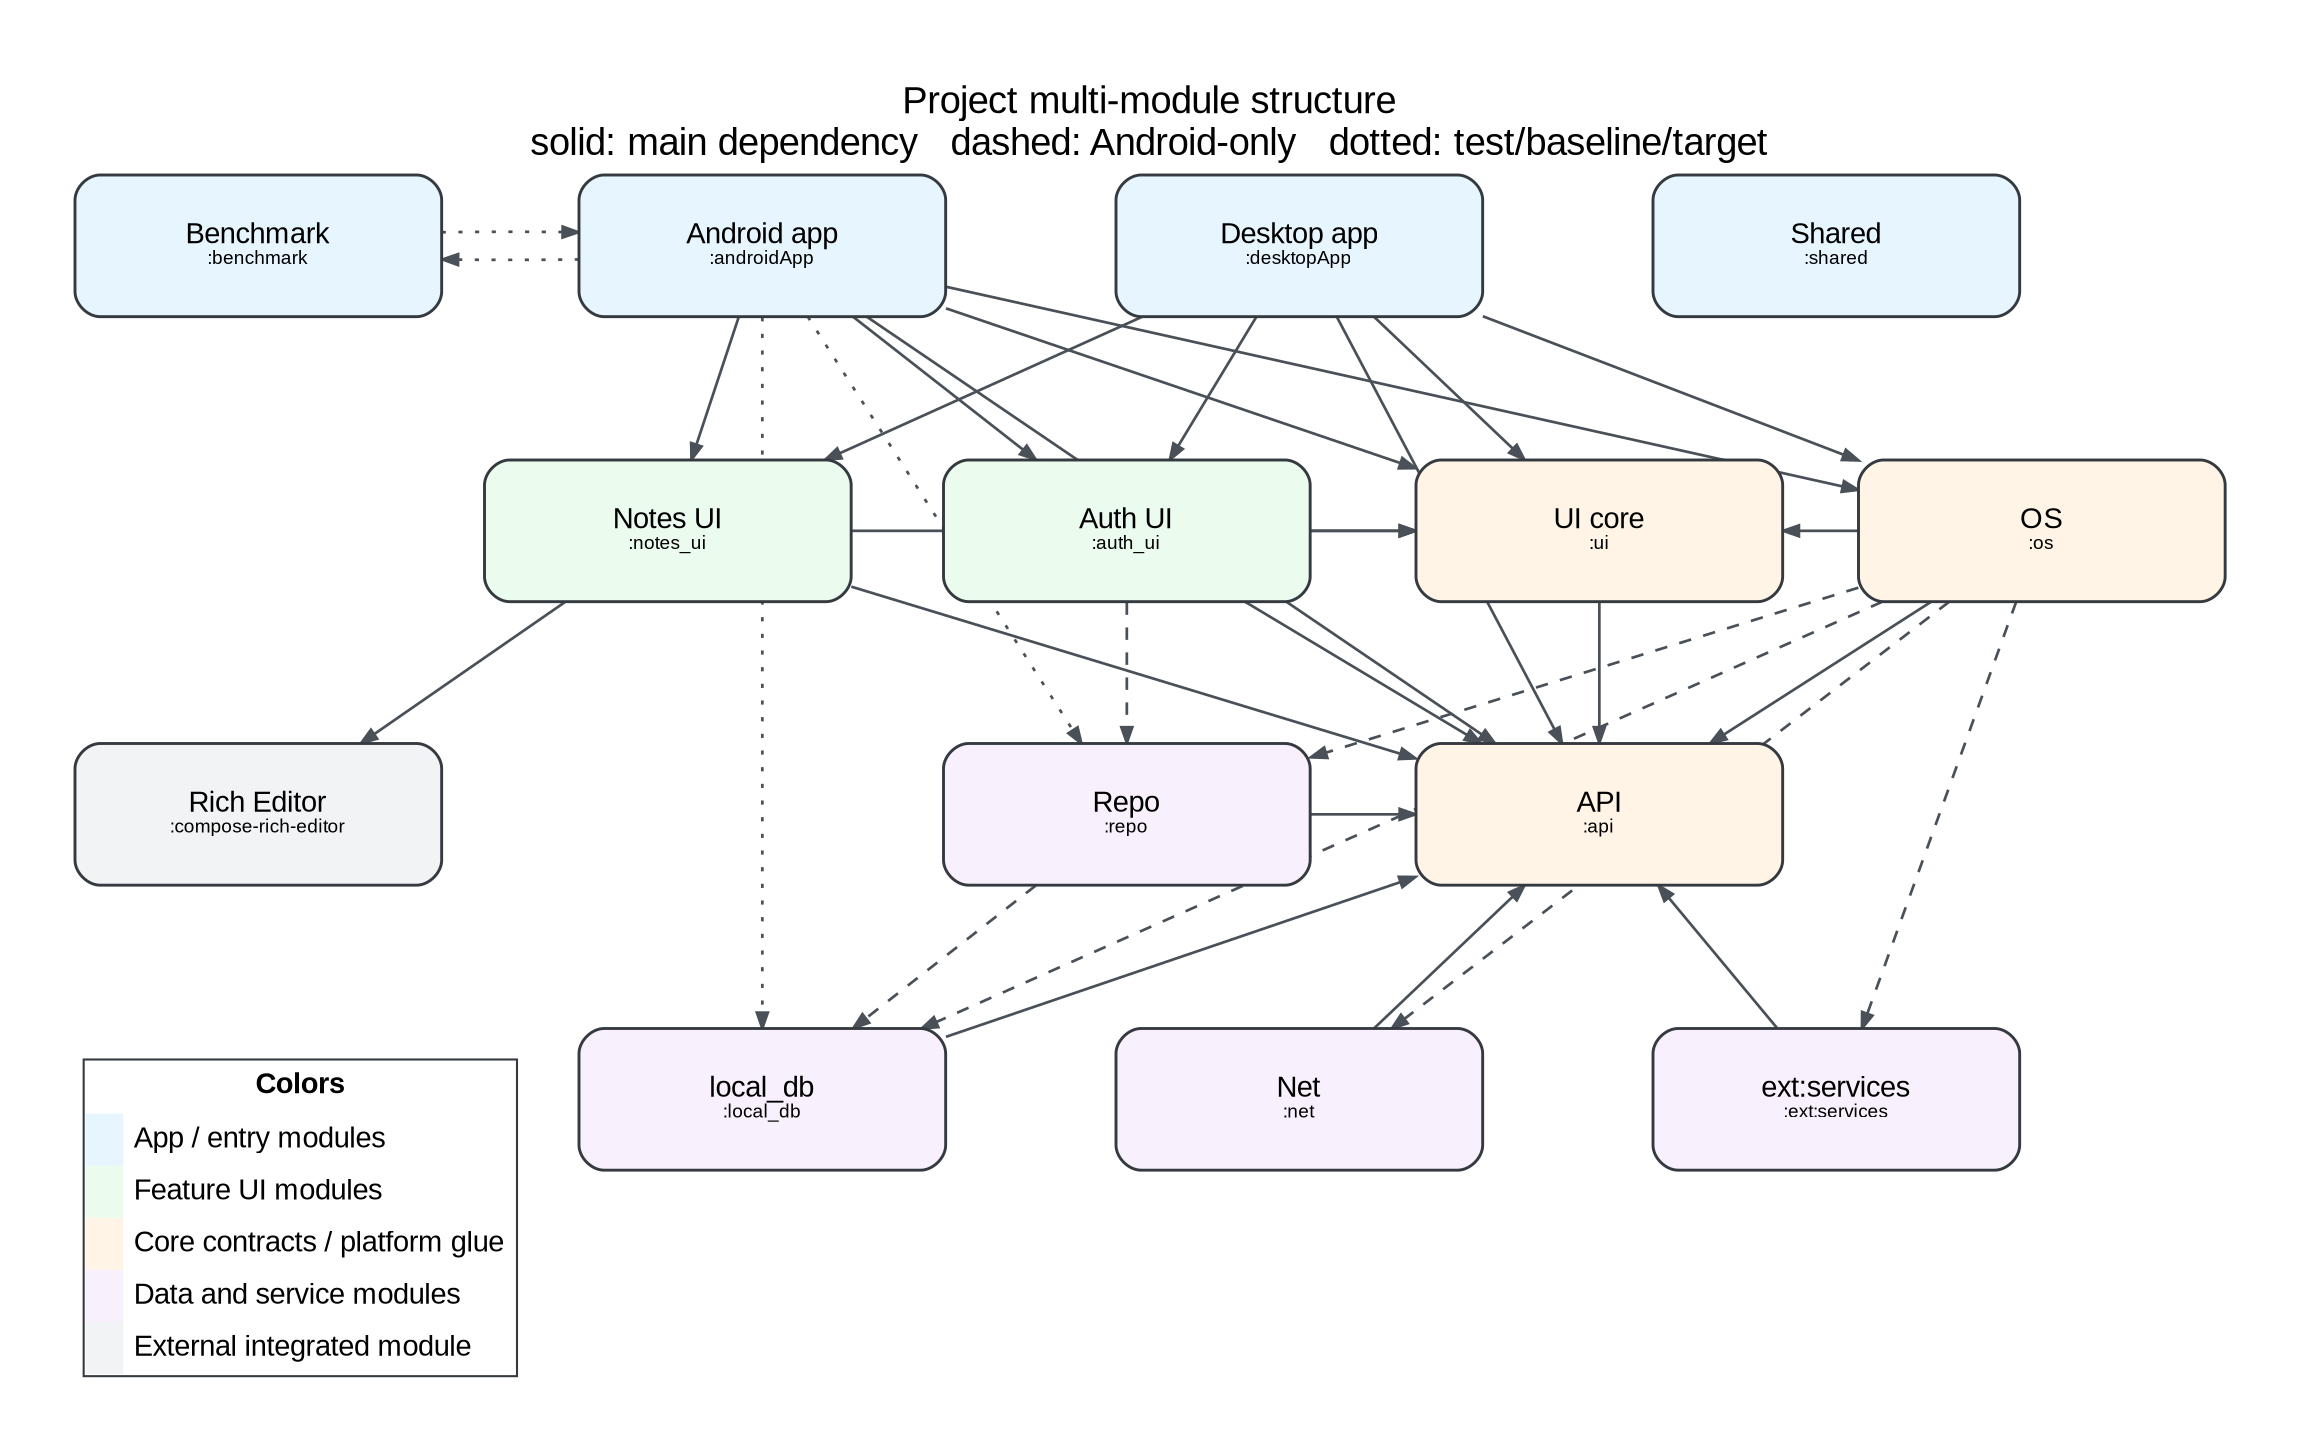
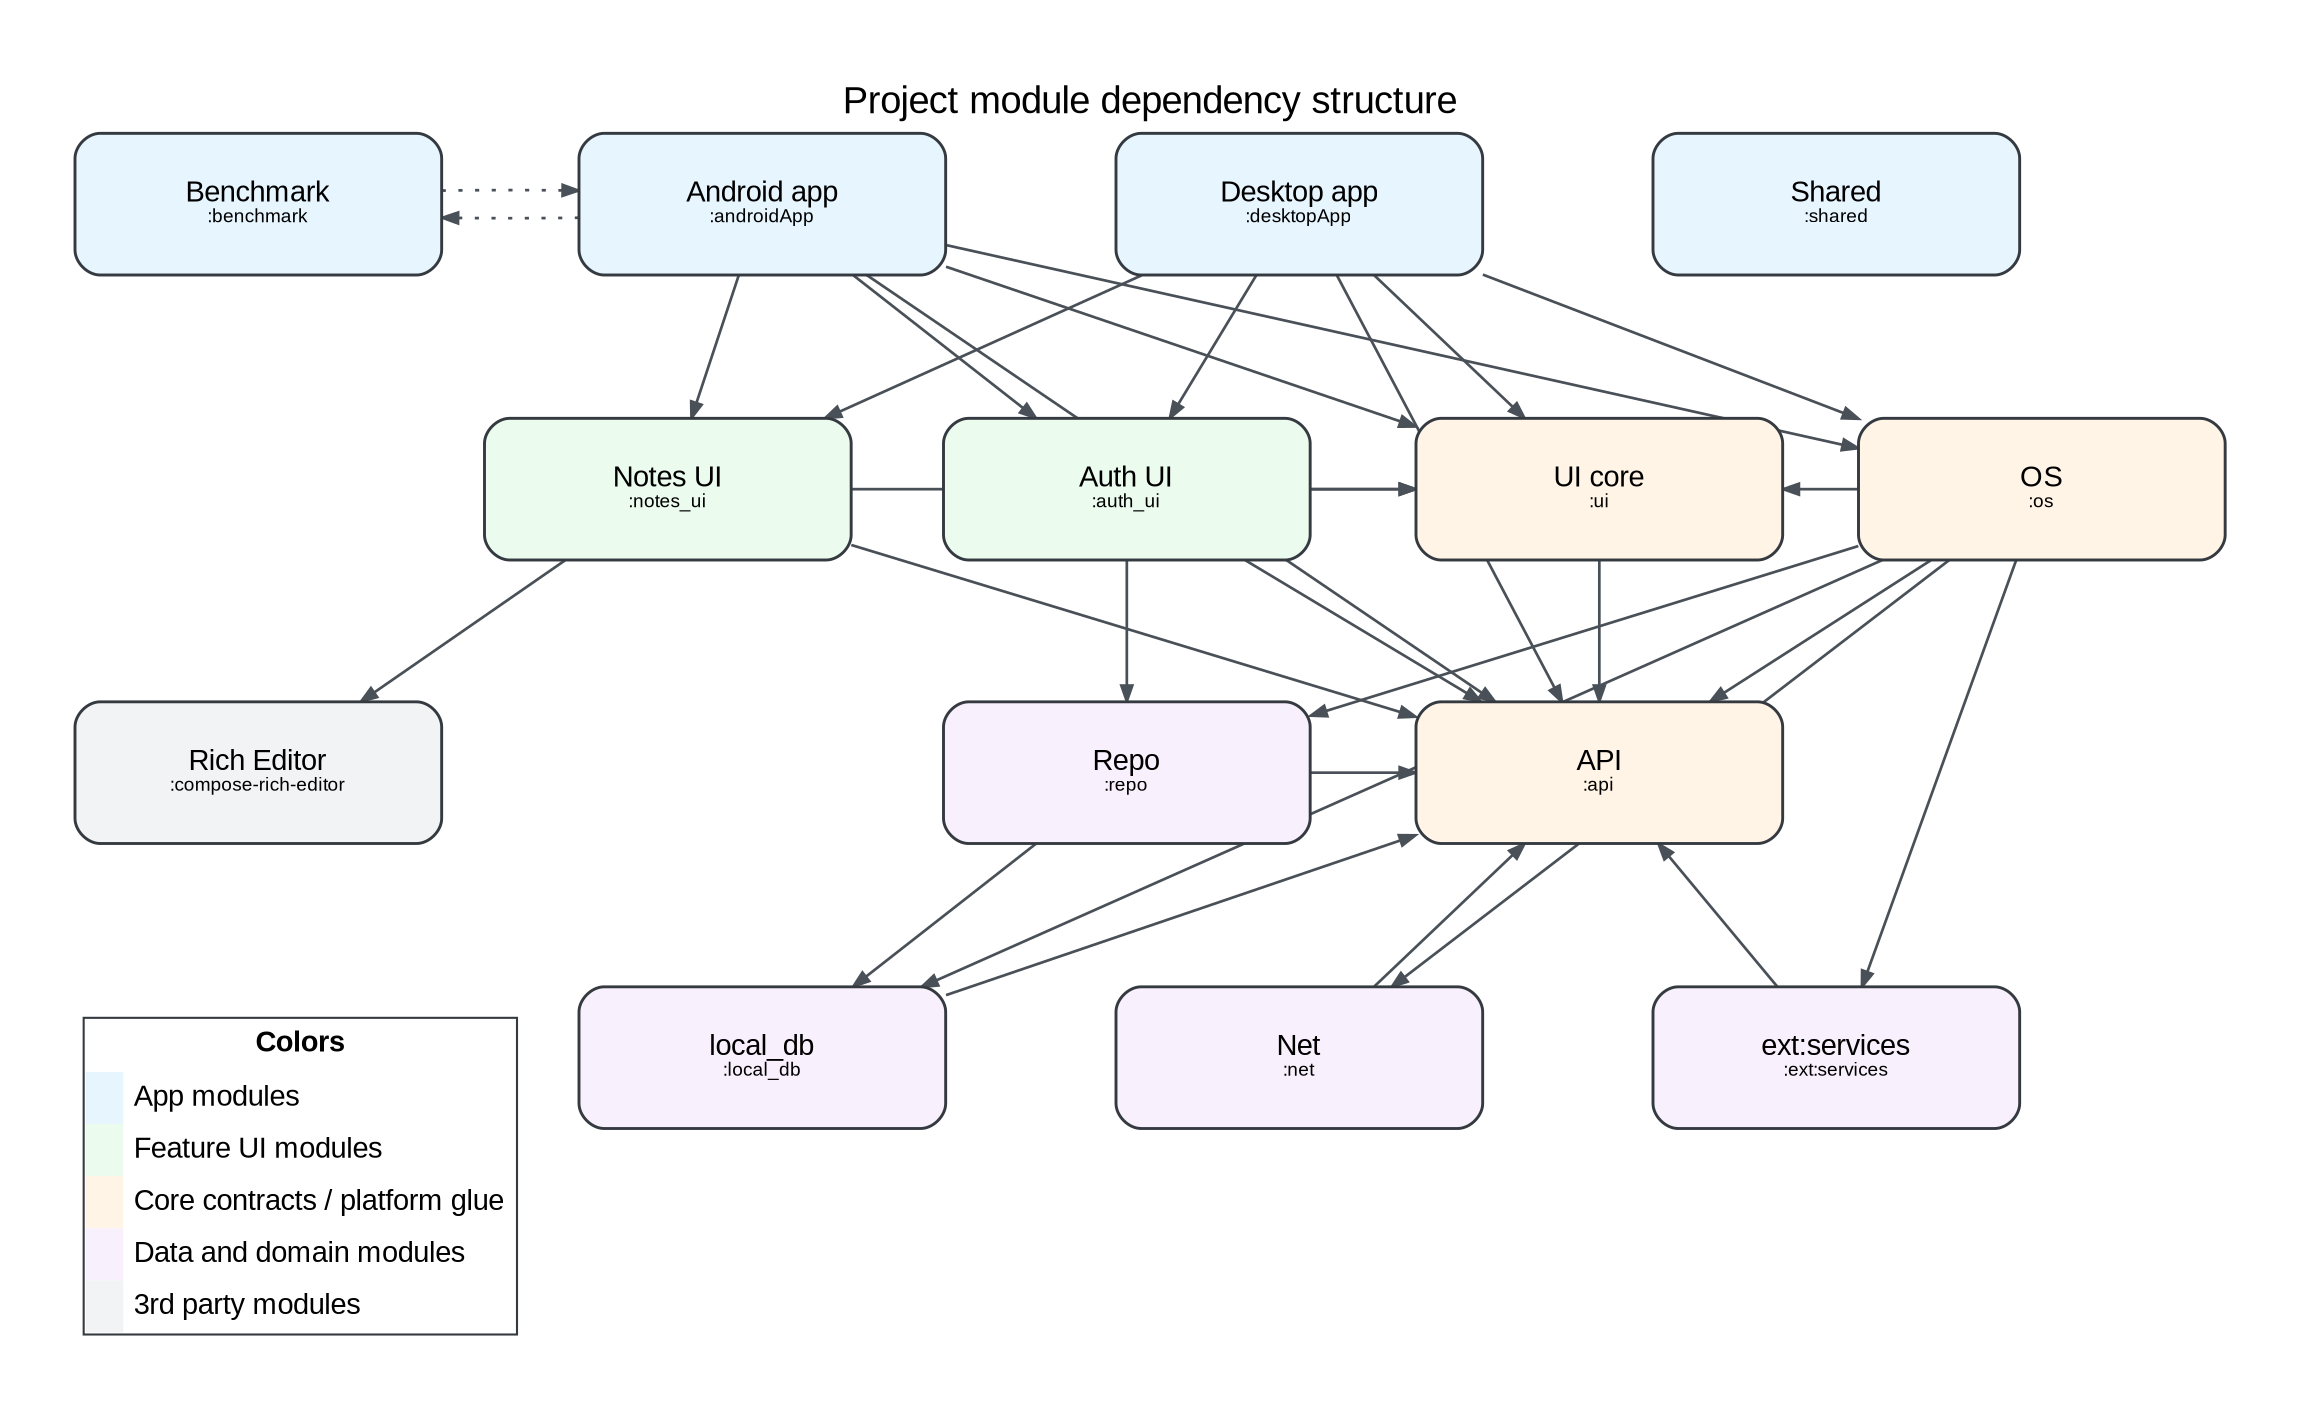
digraph NotesModules {
-   graph [layout=neato, outputorder=edgesfirst, splines=false, bgcolor="white", pad=0.4, margin=0.1, labelloc=t, label="Project multi-module structure\nsolid: main dependency   dashed: Android-only   dotted: test/baseline/target", fontname="Arial", fontsize=18];
+   graph [layout=neato, outputorder=edgesfirst, splines=false, bgcolor="white", pad=0.4, margin=0.1, labelloc=t, label="Project module dependency structure\n", fontname="Arial", fontsize=18];
  node [shape=box, style="rounded,filled", fontname="Arial", fontsize=14, fixedsize=true, width=2.45, height=0.95, color="#343a40", penwidth=1.4];
  edge [fontname="Arial", fontsize=10, color="#495057", arrowsize=0.75, penwidth=1.3];
  m_shared [label=<Shared<BR/><FONT POINT-SIZE="9">:shared<BR/></FONT>>, fillcolor="#e7f5ff", pos="8.84,7.58!"];
  m_api [label=<API<BR/><FONT POINT-SIZE="9">:api<BR/></FONT>>, fillcolor="#fff4e6", pos="7.26,3.79!"];
  m_ui [label=<UI core<BR/><FONT POINT-SIZE="9">:ui<BR/></FONT>>, fillcolor="#fff4e6", pos="7.26,5.68!"];
  m_auth_ui [label=<Auth UI<BR/><FONT POINT-SIZE="9">:auth_ui<BR/></FONT>>, fillcolor="#ebfbee", pos="4.11,5.68!"];
  m_net [label=<Net<BR/><FONT POINT-SIZE="9">:net<BR/></FONT>>, fillcolor="#f8f0fc", pos="5.26,1.89!"];
  m_notes_ui [label=<Notes UI<BR/><FONT POINT-SIZE="9">:notes_ui<BR/></FONT>>, fillcolor="#ebfbee", pos="1.05,5.68!"];
  m_local_db [label=<local_db<BR/><FONT POINT-SIZE="9">:local_db<BR/></FONT>>, fillcolor="#f8f0fc", pos="1.68,1.89!"];
  m_ext_services [label=<ext:services<BR/><FONT POINT-SIZE="9">:ext:services<BR/></FONT>>, fillcolor="#f8f0fc", pos="8.84,1.89!"];
  m_compose_rich_editor [label=<Rich Editor<BR/><FONT POINT-SIZE="9">:compose-rich-editor<BR/></FONT>>, fillcolor="#f1f3f5", pos="-1.68,3.79!"];
  m_os [label=<OS<BR/><FONT POINT-SIZE="9">:os<BR/></FONT>>, fillcolor="#fff4e6", pos="10.21,5.68!"];
  m_repo [label=<Repo<BR/><FONT POINT-SIZE="9">:repo<BR/></FONT>>, fillcolor="#f8f0fc", pos="4.11,3.79!"];
  m_desktopApp [label=<Desktop app<BR/><FONT POINT-SIZE="9">:desktopApp<BR/></FONT>>, fillcolor="#e7f5ff", pos="5.26,7.58!"];
  m_androidApp [label=<Android app<BR/><FONT POINT-SIZE="9">:androidApp<BR/></FONT>>, fillcolor="#e7f5ff", pos="1.68,7.58!"];
  m_benchmark [label=<Benchmark<BR/><FONT POINT-SIZE="9">:benchmark<BR/></FONT>>, fillcolor="#e7f5ff", pos="-1.68,7.58!"];
  color_legend [shape=plain, fixedsize=false, margin=0, label=<
  <TABLE BORDER="1" CELLBORDER="0" CELLSPACING="0" CELLPADDING="5" COLOR="#343a40" BGCOLOR="#ffffff">
    <TR><TD COLSPAN="2"><B>Colors</B></TD></TR>
-     <TR><TD BGCOLOR="#e7f5ff" WIDTH="18"></TD><TD ALIGN="LEFT">App / entry modules</TD></TR>
+     <TR><TD BGCOLOR="#e7f5ff" WIDTH="18"></TD><TD ALIGN="LEFT">App modules</TD></TR>
    <TR><TD BGCOLOR="#ebfbee" WIDTH="18"></TD><TD ALIGN="LEFT">Feature UI modules</TD></TR>
    <TR><TD BGCOLOR="#fff4e6" WIDTH="18"></TD><TD ALIGN="LEFT">Core contracts / platform glue</TD></TR>
-     <TR><TD BGCOLOR="#f8f0fc" WIDTH="18"></TD><TD ALIGN="LEFT">Data and service modules</TD></TR>
-     <TR><TD BGCOLOR="#f1f3f5" WIDTH="18"></TD><TD ALIGN="LEFT">External integrated module</TD></TR>
+     <TR><TD BGCOLOR="#f8f0fc" WIDTH="18"></TD><TD ALIGN="LEFT">Data and domain modules</TD></TR>
+     <TR><TD BGCOLOR="#f1f3f5" WIDTH="18"></TD><TD ALIGN="LEFT">3rd party modules</TD></TR>
  </TABLE>
>, pos="-1.4,1.1!"];
  m_androidApp -> m_api;
  m_androidApp -> m_auth_ui;
  m_androidApp -> m_benchmark [style="dotted"];
-   m_androidApp -> m_local_db [style="dotted"];
  m_androidApp -> m_notes_ui;
  m_androidApp -> m_os;
-   m_androidApp -> m_repo [style="dotted"];
  m_androidApp -> m_ui;
  m_auth_ui -> m_api;
-   m_auth_ui -> m_repo [style="dashed"];
+   m_auth_ui -> m_repo;
  m_auth_ui -> m_ui;
  m_benchmark -> m_androidApp [style="dotted"];
  m_desktopApp -> m_api;
  m_desktopApp -> m_auth_ui;
  m_desktopApp -> m_notes_ui;
  m_desktopApp -> m_os;
  m_desktopApp -> m_ui;
  m_ext_services -> m_api;
  m_local_db -> m_api;
  m_net -> m_api;
  m_notes_ui -> m_api;
  m_notes_ui -> m_compose_rich_editor;
  m_notes_ui -> m_ui;
  m_os -> m_api;
-   m_os -> m_ext_services [style="dashed"];
-   m_os -> m_local_db [style="dashed"];
-   m_os -> m_net [style="dashed"];
-   m_os -> m_repo [style="dashed"];
+   m_os -> m_ext_services;
+   m_os -> m_local_db;
+   m_os -> m_net;
+   m_os -> m_repo;
  m_os -> m_ui;
  m_repo -> m_api;
-   m_repo -> m_local_db [style="dashed"];
+   m_repo -> m_local_db;
  m_ui -> m_api;
}
